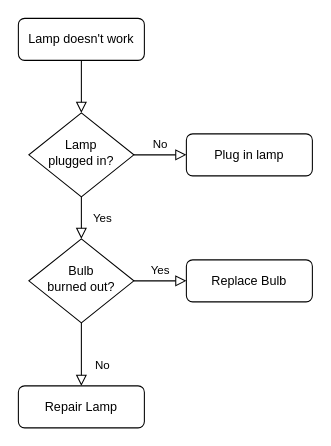
Before: Untitled Diagram.drawio in meilisong1989/mountain, a draw.io diagram. Source tidied: cells renumbered, new cells numbered last; positions are measured from the earlier drawing's top-left corner, leaving out a move shared by most shapes. Both pictures are drawn from the tidied source at 105%, with x=0, y=0 at pixel (18, 18).
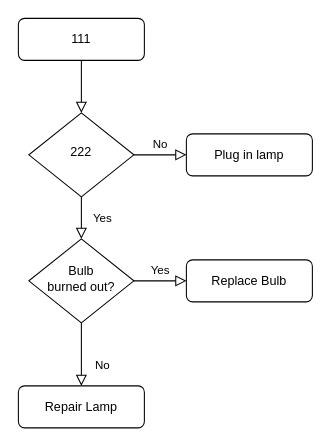
Above is the later version.

The edit, as a diff of the source:
```diff
@@
 <mxGraphModel>
   <root>
     <mxCell id="0" />
     <mxCell id="1" parent="0" />
     <mxCell id="2" style="rounded=0;html=1;jettySize=auto;fontSize=11;endArrow=block;endFill=0;endSize=8;strokeWidth=1;shadow=0;labelBackgroundColor=none;edgeStyle=orthogonalEdgeStyle;" parent="1" edge="1" source="3" target="6">
       <mxGeometry relative="1" as="geometry" />
     </mxCell>
-    <mxCell id="3" value="Lamp doesn't work" style="rounded=1;whiteSpace=wrap;html=1;fontSize=12;glass=0;strokeWidth=1;shadow=0;" parent="1" vertex="1">
+    <mxCell id="3" value="111" style="rounded=1;whiteSpace=wrap;html=1;fontSize=12;glass=0;strokeWidth=1;shadow=0;" parent="1" vertex="1">
       <mxGeometry width="120" height="40" as="geometry" />
     </mxCell>
     <mxCell id="4" value="Yes" style="rounded=0;html=1;jettySize=auto;fontSize=11;endArrow=block;endFill=0;endSize=8;strokeWidth=1;shadow=0;labelBackgroundColor=none;edgeStyle=orthogonalEdgeStyle;" parent="1" edge="1" source="6" target="10">
       <mxGeometry y="20" relative="1" as="geometry" />
     </mxCell>
     <mxCell id="5" value="No" style="edgeStyle=orthogonalEdgeStyle;rounded=0;html=1;jettySize=auto;fontSize=11;endArrow=block;endFill=0;endSize=8;strokeWidth=1;shadow=0;labelBackgroundColor=none;" parent="1" edge="1" source="6" target="7">
       <mxGeometry y="10" relative="1" as="geometry" />
     </mxCell>
-    <mxCell id="6" value="Lamp&lt;br&gt;plugged in?" style="rhombus;whiteSpace=wrap;html=1;shadow=0;fontFamily=Helvetica;fontSize=12;align=center;strokeWidth=1;spacing=6;spacingTop=-4;" parent="1" vertex="1">
+    <mxCell id="6" value="222" style="rhombus;whiteSpace=wrap;html=1;shadow=0;fontFamily=Helvetica;fontSize=12;align=center;strokeWidth=1;spacing=6;spacingTop=-4;" parent="1" vertex="1">
       <mxGeometry x="10" y="90" width="100" height="80" as="geometry" />
     </mxCell>
     <mxCell id="7" value="Plug in lamp" style="rounded=1;whiteSpace=wrap;html=1;fontSize=12;glass=0;strokeWidth=1;shadow=0;" parent="1" vertex="1">
       <mxGeometry x="160" y="110" width="120" height="40" as="geometry" />
     </mxCell>
     <mxCell id="8" value="No" style="rounded=0;html=1;jettySize=auto;fontSize=11;endArrow=block;endFill=0;endSize=8;strokeWidth=1;shadow=0;labelBackgroundColor=none;edgeStyle=orthogonalEdgeStyle;" parent="1" edge="1" source="10" target="11">
       <mxGeometry x="0.33" y="20" relative="1" as="geometry" />
     </mxCell>
     <mxCell id="9" value="Yes" style="edgeStyle=orthogonalEdgeStyle;rounded=0;html=1;jettySize=auto;fontSize=11;endArrow=block;endFill=0;endSize=8;strokeWidth=1;shadow=0;labelBackgroundColor=none;" parent="1" edge="1" source="10" target="12">
       <mxGeometry y="10" relative="1" as="geometry" />
     </mxCell>
     <mxCell id="10" value="Bulb&lt;br&gt;burned out?" style="rhombus;whiteSpace=wrap;html=1;shadow=0;fontFamily=Helvetica;fontSize=12;align=center;strokeWidth=1;spacing=6;spacingTop=-4;" parent="1" vertex="1">
       <mxGeometry x="10" y="210" width="100" height="80" as="geometry" />
     </mxCell>
     <mxCell id="11" value="Repair Lamp" style="rounded=1;whiteSpace=wrap;html=1;fontSize=12;glass=0;strokeWidth=1;shadow=0;" parent="1" vertex="1">
       <mxGeometry y="350" width="120" height="40" as="geometry" />
     </mxCell>
     <mxCell id="12" value="Replace Bulb" style="rounded=1;whiteSpace=wrap;html=1;fontSize=12;glass=0;strokeWidth=1;shadow=0;" parent="1" vertex="1">
       <mxGeometry x="160" y="230" width="120" height="40" as="geometry" />
     </mxCell>
   </root>
 </mxGraphModel>
```
